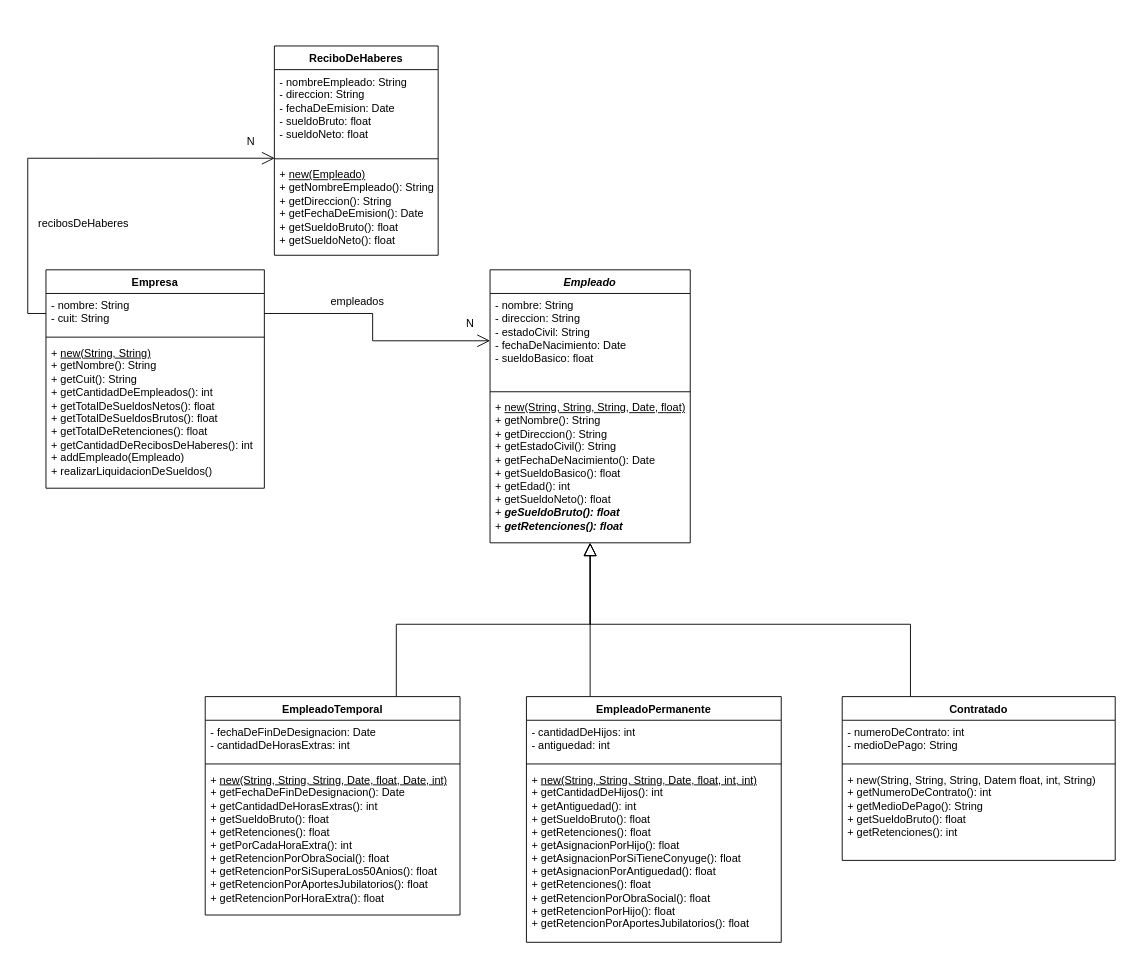
Above: src/ar/edu/unq/poo2/tp2/ejercicio2.drawio in jerezarza98/unqui-po2-zarza (draw.io), before the change. Source tidied: cells renumbered, new cells numbered last; positions are measured from the earlier drawing's top-left corner, leaving out a move shared by most shapes. Both pictures are drawn from the tidied source at 91%, with x=0, y=0 at pixel (28, 46).
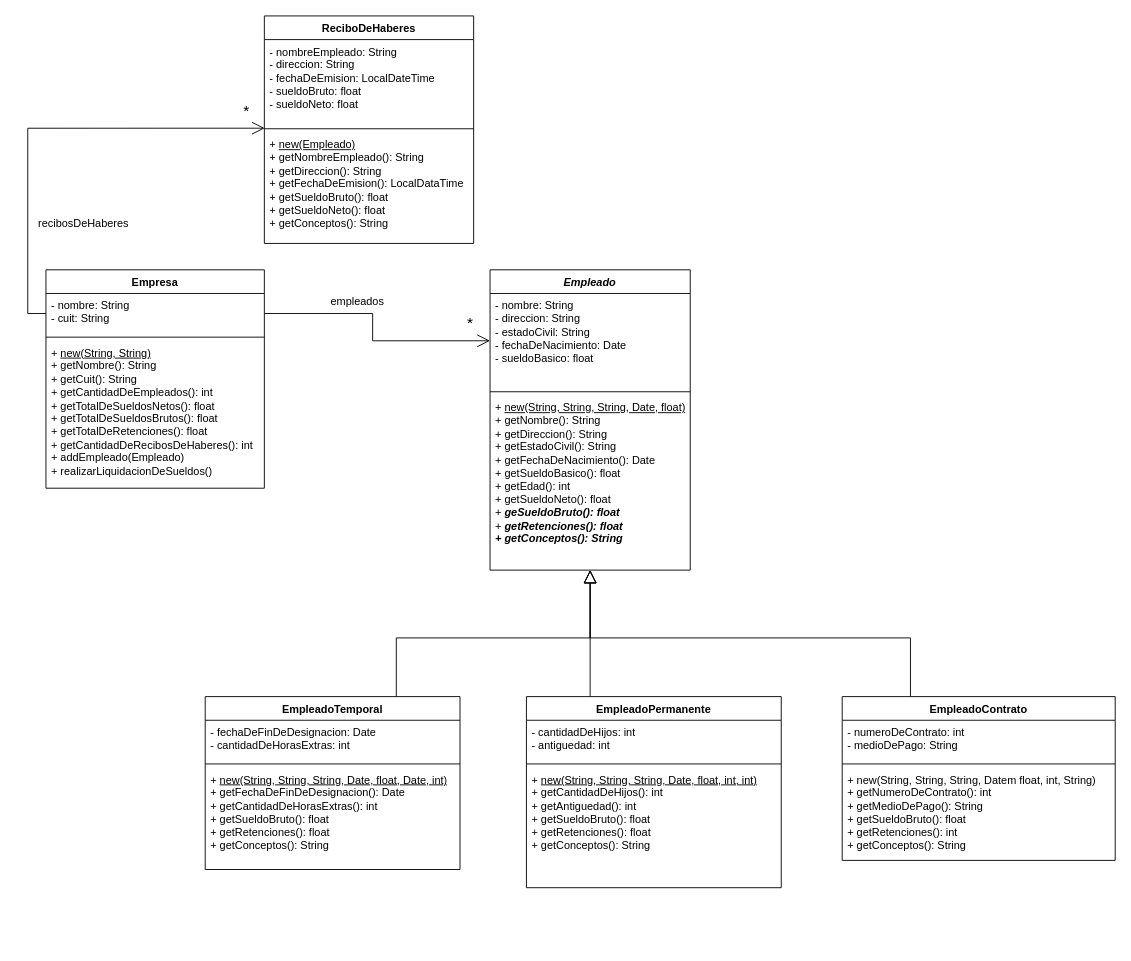
The same page after the edit.

Diff of the diagram source:
```diff
@@
     <mxCell id="6" value="&lt;i&gt;Empleado&lt;/i&gt;" style="swimlane;fontStyle=1;align=center;verticalAlign=top;horizontal=1;startSize=26;whiteSpace=wrap;html=1;" parent="1" vertex="1">
-      <mxGeometry x="507" y="246" width="220" height="300" as="geometry" />
+      <mxGeometry x="507" y="246" width="220" height="330" as="geometry" />
     </mxCell>
@@
-    <mxCell id="9" value="+ &lt;u&gt;new(String, String, String, Date, float)&lt;/u&gt;&lt;div&gt;+ getNombre(): String&lt;/div&gt;&lt;div&gt;+ getDireccion(): String&lt;/div&gt;&lt;div&gt;+ getEstadoCivil(): String&lt;/div&gt;&lt;div&gt;+ getFechaDeNacimiento(): Date&lt;/div&gt;&lt;div&gt;+ getSueldoBasico(): float&lt;/div&gt;&lt;div&gt;+ getEdad(): int&lt;/div&gt;&lt;div&gt;+ getSueldoNeto(): float&lt;/div&gt;&lt;div&gt;+ &lt;b&gt;&lt;i&gt;geSueldoBruto(): float&lt;/i&gt;&lt;/b&gt;&lt;/div&gt;&lt;div&gt;+ &lt;i&gt;&lt;b&gt;getRetenciones(): float&lt;/b&gt;&lt;/i&gt;&lt;/div&gt;" style="text;strokeColor=none;fillColor=none;align=left;verticalAlign=top;spacingLeft=4;spacingRight=4;overflow=hidden;whiteSpace=wrap;html=1;" parent="6" vertex="1">
-      <mxGeometry y="138" width="220" height="162" as="geometry" />
+    <mxCell id="9" value="+ &lt;u&gt;new(String, String, String, Date, float)&lt;/u&gt;&lt;div&gt;+ getNombre(): String&lt;/div&gt;&lt;div&gt;+ getDireccion(): String&lt;/div&gt;&lt;div&gt;+ getEstadoCivil(): String&lt;/div&gt;&lt;div&gt;+ getFechaDeNacimiento(): Date&lt;/div&gt;&lt;div&gt;+ getSueldoBasico(): float&lt;/div&gt;&lt;div&gt;+ getEdad(): int&lt;/div&gt;&lt;div&gt;+ getSueldoNeto(): float&lt;/div&gt;&lt;div&gt;+ &lt;b&gt;&lt;i&gt;geSueldoBruto(): float&lt;/i&gt;&lt;/b&gt;&lt;/div&gt;&lt;div&gt;+ &lt;i&gt;&lt;b&gt;getRetenciones(): float&lt;/b&gt;&lt;/i&gt;&lt;/div&gt;&lt;div&gt;&lt;i&gt;&lt;b&gt;+ getConceptos(): String&lt;/b&gt;&lt;/i&gt;&lt;/div&gt;" style="text;strokeColor=none;fillColor=none;align=left;verticalAlign=top;spacingLeft=4;spacingRight=4;overflow=hidden;whiteSpace=wrap;html=1;" parent="6" vertex="1">
+      <mxGeometry y="138" width="220" height="192" as="geometry" />
     </mxCell>
@@
-    <mxCell id="12" value="N" style="text;html=1;align=center;verticalAlign=middle;strokeColor=none;fillColor=none;" parent="1" vertex="1">
+    <mxCell id="12" value="&lt;font style=&quot;font-size: 17px;&quot;&gt;*&lt;/font&gt;" style="text;html=1;align=center;verticalAlign=middle;strokeColor=none;fillColor=none;" parent="1" vertex="1">
       <mxGeometry x="470" y="290" width="30" height="30" as="geometry" />
     </mxCell>
@@
     <mxCell id="14" value="EmpleadoTemporal" style="swimlane;fontStyle=1;align=center;verticalAlign=top;horizontal=1;startSize=26;whiteSpace=wrap;html=1;" parent="1" vertex="1">
-      <mxGeometry x="194" y="715" width="280" height="240" as="geometry" />
+      <mxGeometry x="194" y="715" width="280" height="190" as="geometry" />
     </mxCell>
@@
-    <mxCell id="17" value="+ &lt;u&gt;new(String, String, String, Date, float, Date, int)&lt;/u&gt;&lt;div&gt;+ getFechaDeFinDeDesignacion(): Date&lt;/div&gt;&lt;div&gt;+ getCantidadDeHorasExtras(): int&lt;/div&gt;&lt;div&gt;+ getSueldoBruto(): float&lt;/div&gt;&lt;div&gt;+ getRetenciones(): float&lt;/div&gt;&lt;div&gt;+ getPorCadaHoraExtra(): int&lt;/div&gt;&lt;div&gt;+ getRetencionPorObraSocial(): float&lt;/div&gt;&lt;div&gt;+ getRetencionPorSiSuperaLos50Anios(): float&lt;/div&gt;&lt;div&gt;+ getRetencionPorAportesJubilatorios(): float&lt;/div&gt;&lt;div&gt;+ getRetencionPorHoraExtra(): float&lt;/div&gt;&lt;div&gt;&lt;br&gt;&lt;/div&gt;" style="text;strokeColor=none;fillColor=none;align=left;verticalAlign=top;spacingLeft=4;spacingRight=4;overflow=hidden;whiteSpace=wrap;html=1;" parent="14" vertex="1">
-      <mxGeometry y="78" width="280" height="162" as="geometry" />
+    <mxCell id="17" value="+ &lt;u&gt;new(String, String, String, Date, float, Date, int)&lt;/u&gt;&lt;div&gt;+ getFechaDeFinDeDesignacion(): Date&lt;/div&gt;&lt;div&gt;+ getCantidadDeHorasExtras(): int&lt;/div&gt;&lt;div&gt;+ getSueldoBruto(): float&lt;/div&gt;&lt;div&gt;+ getRetenciones(): float&lt;/div&gt;&lt;div&gt;+ getConceptos(): String&lt;/div&gt;&lt;div&gt;&lt;br&gt;&lt;/div&gt;" style="text;strokeColor=none;fillColor=none;align=left;verticalAlign=top;spacingLeft=4;spacingRight=4;overflow=hidden;whiteSpace=wrap;html=1;" parent="14" vertex="1">
+      <mxGeometry y="78" width="280" height="112" as="geometry" />
     </mxCell>
@@
     <mxCell id="19" value="EmpleadoPermanente" style="swimlane;fontStyle=1;align=center;verticalAlign=top;horizontal=1;startSize=26;whiteSpace=wrap;html=1;" parent="1" vertex="1">
-      <mxGeometry x="547" y="715" width="280" height="270" as="geometry" />
+      <mxGeometry x="547" y="715" width="280" height="210" as="geometry" />
     </mxCell>
@@
-    <mxCell id="22" value="+ &lt;u&gt;new(String, String, String, Date, float, int, int)&lt;/u&gt;&lt;div&gt;&lt;div&gt;+ getCantidadDeHijos(): int&lt;/div&gt;&lt;div&gt;+ getAntiguedad(): int&lt;/div&gt;&lt;div&gt;+ getSueldoBruto(): float&lt;/div&gt;&lt;div&gt;+ getRetenciones(): float&lt;/div&gt;&lt;div&gt;+ getAsignacionPorHijo(): float&lt;/div&gt;&lt;div&gt;+ getAsignacionPorSiTieneConyuge(): float&lt;/div&gt;&lt;div&gt;+ getAsignacionPorAntiguedad(): float&lt;/div&gt;&lt;/div&gt;&lt;div&gt;+ getRetenciones(): float&lt;/div&gt;&lt;div&gt;+ getRetencionPorObraSocial(): float&lt;/div&gt;&lt;div&gt;+ getRetencionPorHijo(): float&lt;/div&gt;&lt;div&gt;+ getRetencionPorAportesJubilatorios(): float&lt;/div&gt;" style="text;strokeColor=none;fillColor=none;align=left;verticalAlign=top;spacingLeft=4;spacingRight=4;overflow=hidden;whiteSpace=wrap;html=1;" parent="19" vertex="1">
-      <mxGeometry y="78" width="280" height="192" as="geometry" />
+    <mxCell id="22" value="+ &lt;u&gt;new(String, String, String, Date, float, int, int)&lt;/u&gt;&lt;div&gt;&lt;div&gt;+ getCantidadDeHijos(): int&lt;/div&gt;&lt;div&gt;+ getAntiguedad(): int&lt;/div&gt;&lt;div&gt;+ getSueldoBruto(): float&lt;/div&gt;&lt;div&gt;+ getRetenciones(): float&lt;/div&gt;&lt;/div&gt;&lt;div&gt;+ getConceptos(): String&lt;/div&gt;" style="text;strokeColor=none;fillColor=none;align=left;verticalAlign=top;spacingLeft=4;spacingRight=4;overflow=hidden;whiteSpace=wrap;html=1;" parent="19" vertex="1">
+      <mxGeometry y="78" width="280" height="132" as="geometry" />
     </mxCell>
     <mxCell id="23" value="ReciboDeHaberes" style="swimlane;fontStyle=1;align=center;verticalAlign=top;horizontal=1;startSize=26;whiteSpace=wrap;html=1;" parent="1" vertex="1">
-      <mxGeometry x="270" width="180" height="230" as="geometry" />
+      <mxGeometry x="259" y="-33" width="230" height="250" as="geometry" />
     </mxCell>
-    <mxCell id="24" value="- nombreEmpleado: String&lt;div&gt;- direccion: String&lt;/div&gt;&lt;div&gt;- fechaDeEmision: Date&lt;/div&gt;&lt;div&gt;- sueldoBruto: float&lt;/div&gt;&lt;div&gt;- sueldoNeto: float&lt;/div&gt;" style="text;strokeColor=none;fillColor=none;align=left;verticalAlign=top;spacingLeft=4;spacingRight=4;overflow=hidden;points=[[0,0.5],[1,0.5]];portConstraint=eastwest;whiteSpace=wrap;html=1;" parent="23" vertex="1">
-      <mxGeometry y="26" width="180" height="94" as="geometry" />
+    <mxCell id="24" value="- nombreEmpleado: String&lt;div&gt;- direccion: String&lt;/div&gt;&lt;div&gt;- fechaDeEmision: LocalDateTime&lt;/div&gt;&lt;div&gt;- sueldoBruto: float&lt;/div&gt;&lt;div&gt;- sueldoNeto: float&lt;/div&gt;" style="text;strokeColor=none;fillColor=none;align=left;verticalAlign=top;spacingLeft=4;spacingRight=4;overflow=hidden;points=[[0,0.5],[1,0.5]];portConstraint=eastwest;whiteSpace=wrap;html=1;" parent="23" vertex="1">
+      <mxGeometry y="26" width="230" height="94" as="geometry" />
     </mxCell>
     <mxCell id="25" style="line;strokeWidth=1;fillColor=none;align=left;verticalAlign=middle;spacingTop=-1;spacingLeft=3;spacingRight=3;labelPosition=right;strokeColor=inherit;" parent="23" vertex="1">
-      <mxGeometry y="120" width="180" height="8" as="geometry" />
+      <mxGeometry y="120" width="230" height="8" as="geometry" />
     </mxCell>
-    <mxCell id="26" value="+ &lt;u&gt;new(Empleado)&lt;/u&gt;&lt;div&gt;+ getNombreEmpleado(): String&lt;/div&gt;&lt;div&gt;+ getDireccion(): String&lt;/div&gt;&lt;div&gt;+ getFechaDeEmision(): Date&lt;/div&gt;&lt;div&gt;+ getSueldoBruto(): float&lt;/div&gt;&lt;div&gt;+ getSueldoNeto(): float&lt;/div&gt;" style="text;strokeColor=none;fillColor=none;align=left;verticalAlign=top;spacingLeft=4;spacingRight=4;overflow=hidden;whiteSpace=wrap;html=1;" parent="23" vertex="1">
-      <mxGeometry y="128" width="180" height="102" as="geometry" />
+    <mxCell id="26" value="+ &lt;u&gt;new(Empleado)&lt;/u&gt;&lt;div&gt;+ getNombreEmpleado(): String&lt;/div&gt;&lt;div&gt;+ getDireccion(): String&lt;/div&gt;&lt;div&gt;+ getFechaDeEmision(): LocalDataTime&lt;/div&gt;&lt;div&gt;+ getSueldoBruto(): float&lt;/div&gt;&lt;div&gt;+ getSueldoNeto(): float&lt;/div&gt;&lt;div&gt;+ getConceptos(): String&lt;/div&gt;" style="text;strokeColor=none;fillColor=none;align=left;verticalAlign=top;spacingLeft=4;spacingRight=4;overflow=hidden;whiteSpace=wrap;html=1;" parent="23" vertex="1">
+      <mxGeometry y="128" width="230" height="122" as="geometry" />
     </mxCell>
@@
-    <mxCell id="28" value="N" style="text;html=1;align=center;verticalAlign=middle;strokeColor=none;fillColor=none;" parent="1" vertex="1">
-      <mxGeometry x="229" y="90" width="30" height="30" as="geometry" />
-    </mxCell>
@@
-    <mxCell id="31" value="Contratado" style="swimlane;fontStyle=1;align=center;verticalAlign=top;horizontal=1;startSize=26;whiteSpace=wrap;html=1;" parent="1" vertex="1">
+    <mxCell id="31" value="EmpleadoContrato" style="swimlane;fontStyle=1;align=center;verticalAlign=top;horizontal=1;startSize=26;whiteSpace=wrap;html=1;" parent="1" vertex="1">
       <mxGeometry x="894" y="715" width="300" height="180" as="geometry" />
     </mxCell>
@@
-    <mxCell id="34" value="+ new(String, String, String, Datem float, int, String)&lt;div&gt;+ getNumeroDeContrato(): int&lt;/div&gt;&lt;div&gt;+ getMedioDePago(): String&lt;/div&gt;&lt;div&gt;+ getSueldoBruto(): float&lt;/div&gt;&lt;div&gt;+ getRetenciones(): int&lt;/div&gt;" style="text;strokeColor=none;fillColor=none;align=left;verticalAlign=top;spacingLeft=4;spacingRight=4;overflow=hidden;whiteSpace=wrap;html=1;" parent="31" vertex="1">
+    <mxCell id="34" value="+ new(String, String, String, Datem float, int, String)&lt;div&gt;+ getNumeroDeContrato(): int&lt;/div&gt;&lt;div&gt;+ getMedioDePago(): String&lt;/div&gt;&lt;div&gt;+ getSueldoBruto(): float&lt;/div&gt;&lt;div&gt;+ getRetenciones(): int&lt;/div&gt;&lt;div&gt;&lt;span style=&quot;background-color: transparent; color: light-dark(rgb(0, 0, 0), rgb(255, 255, 255));&quot;&gt;+ getConceptos(): String&lt;/span&gt;&lt;/div&gt;" style="text;strokeColor=none;fillColor=none;align=left;verticalAlign=top;spacingLeft=4;spacingRight=4;overflow=hidden;whiteSpace=wrap;html=1;" parent="31" vertex="1">
       <mxGeometry y="78" width="300" height="102" as="geometry" />
     </mxCell>
+    <mxCell id="35" value="&lt;font style=&quot;font-size: 17px;&quot;&gt;*&lt;/font&gt;" style="text;html=1;align=center;verticalAlign=middle;strokeColor=none;fillColor=none;" parent="1" vertex="1">
+      <mxGeometry x="224" y="57" width="30" height="30" as="geometry" />
+    </mxCell>
```
